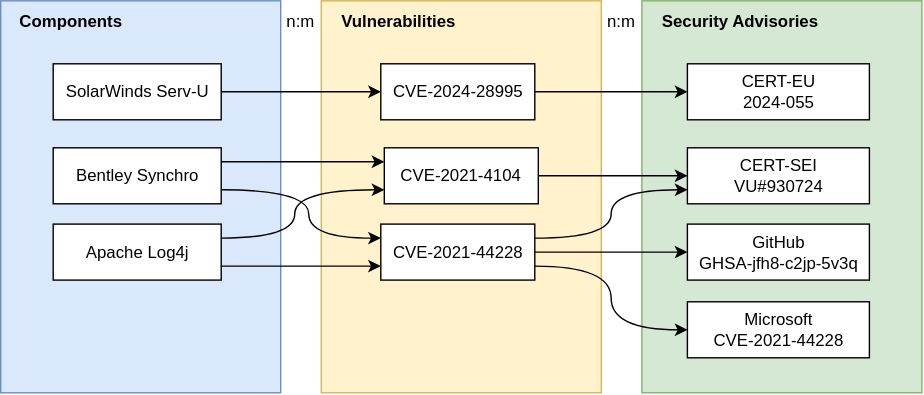
Above: metaeffekt-vulnerability-management/component-vulnerability-advisory.svg in org-metaeffekt/metaeffekt-documentation (draw.io), before the change. Source tidied: cells renumbered, new cells last; positions are measured from the earlier drawing's top-left corner, leaving out a move shared by most shapes.
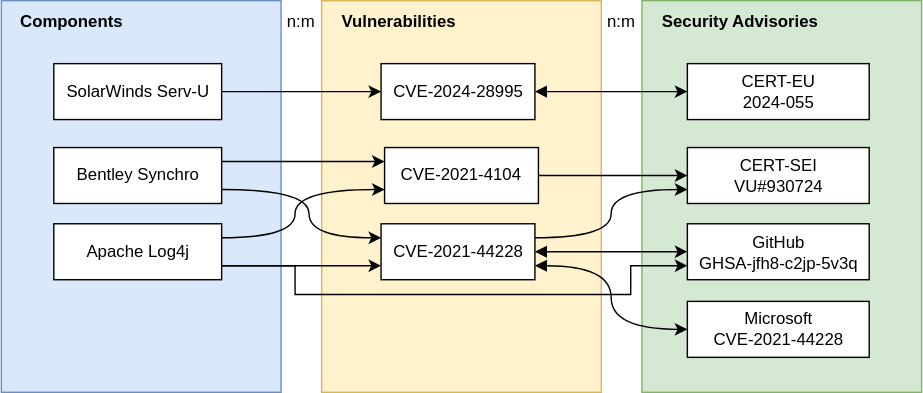
Above is the later version.

Diff of the diagram source:
```diff
@@ -37,16 +37,16 @@
     <mxCell id="11" value="CVE-2021-4104 " style="rounded=0;whiteSpace=wrap;html=1;" parent="1" vertex="1">
       <mxGeometry x="274" y="105" width="110" height="40" as="geometry" />
     </mxCell>
-    <mxCell id="12" style="edgeStyle=orthogonalEdgeStyle;jettySize=auto;html=1;curved=1;entryX=0;entryY=0.5;entryDx=0;entryDy=0;" parent="1" edge="1" source="13" target="23">
+    <mxCell id="12" style="edgeStyle=orthogonalEdgeStyle;jettySize=auto;html=1;curved=1;entryX=0;entryY=0.5;entryDx=0;entryDy=0;startArrow=block;startFill=1;" parent="1" edge="1" source="13" target="23">
       <mxGeometry relative="1" as="geometry" />
     </mxCell>
     <mxCell id="13" value="CVE-2024-28995" style="rounded=0;whiteSpace=wrap;html=1;" parent="1" vertex="1">
       <mxGeometry x="271.5" y="45" width="110" height="40" as="geometry" />
     </mxCell>
-    <mxCell id="14" style="edgeStyle=orthogonalEdgeStyle;jettySize=auto;html=1;entryX=0;entryY=0.5;entryDx=0;entryDy=0;curved=1;" parent="1" edge="1" source="17" target="18">
+    <mxCell id="14" style="edgeStyle=orthogonalEdgeStyle;jettySize=auto;html=1;entryX=0;entryY=0.5;entryDx=0;entryDy=0;curved=1;startArrow=block;startFill=1;" parent="1" edge="1" source="17" target="18">
       <mxGeometry relative="1" as="geometry" />
     </mxCell>
-    <mxCell id="15" style="edgeStyle=orthogonalEdgeStyle;jettySize=auto;html=1;entryX=0;entryY=0.5;entryDx=0;entryDy=0;curved=1;exitX=1;exitY=0.75;exitDx=0;exitDy=0;" parent="1" edge="1" source="17" target="19">
+    <mxCell id="15" style="edgeStyle=orthogonalEdgeStyle;jettySize=auto;html=1;entryX=0;entryY=0.5;entryDx=0;entryDy=0;curved=1;exitX=1;exitY=0.75;exitDx=0;exitDy=0;startArrow=block;startFill=1;" parent="1" edge="1" source="17" target="19">
       <mxGeometry relative="1" as="geometry" />
     </mxCell>
     <mxCell id="16" style="edgeStyle=orthogonalEdgeStyle;jettySize=auto;html=1;entryX=0;entryY=0.75;entryDx=0;entryDy=0;curved=1;exitX=1;exitY=0.25;exitDx=0;exitDy=0;" parent="1" edge="1" source="17" target="20">
@@ -64,6 +64,16 @@
     <mxCell id="20" value="CERT-SEI&lt;br style=&quot;border-color: var(--border-color);&quot;&gt;VU#930724" style="rounded=0;whiteSpace=wrap;html=1;" parent="1" vertex="1">
       <mxGeometry x="490.5" y="105" width="130" height="40" as="geometry" />
     </mxCell>
+    <mxCell id="30" style="edgeStyle=orthogonalEdgeStyle;rounded=0;jettySize=auto;html=1;entryX=0;entryY=0.75;entryDx=0;entryDy=0;exitX=1;exitY=0.75;exitDx=0;exitDy=0;" parent="1" edge="1" source="21" target="18">
+      <mxGeometry relative="1" as="geometry">
+        <Array as="points">
+          <mxPoint x="210" y="190" />
+          <mxPoint x="210" y="210" />
+          <mxPoint x="450" y="210" />
+          <mxPoint x="450" y="190" />
+        </Array>
+      </mxGeometry>
+    </mxCell>
     <mxCell id="21" value="Apache Log4j" style="rounded=0;whiteSpace=wrap;html=1;" parent="1" vertex="1">
       <mxGeometry x="37.5" y="159.5" width="120" height="40" as="geometry" />
     </mxCell>
```
